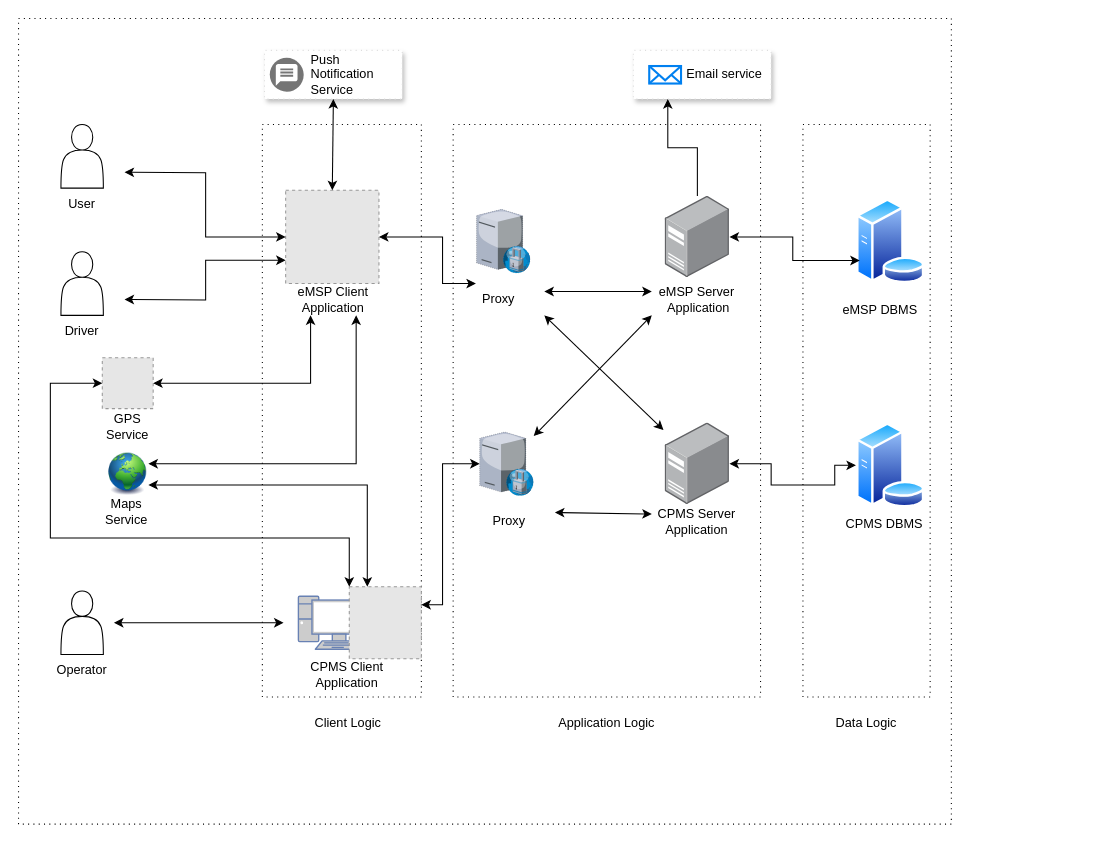
The draw.io diagram DD/system architecture.drawio in claudioeutizi/eMall_RASD-DD, before the edit. Source tidied: cells renumbered, new cells numbered last; positions are measured from the earlier drawing's top-left corner, leaving out a move shared by most shapes. Both pictures are drawn from the tidied source at 106%, with x=0, y=0 at pixel (18, 18). Pictures stored in the file or linked from it are replaced by grey dashed boxes.
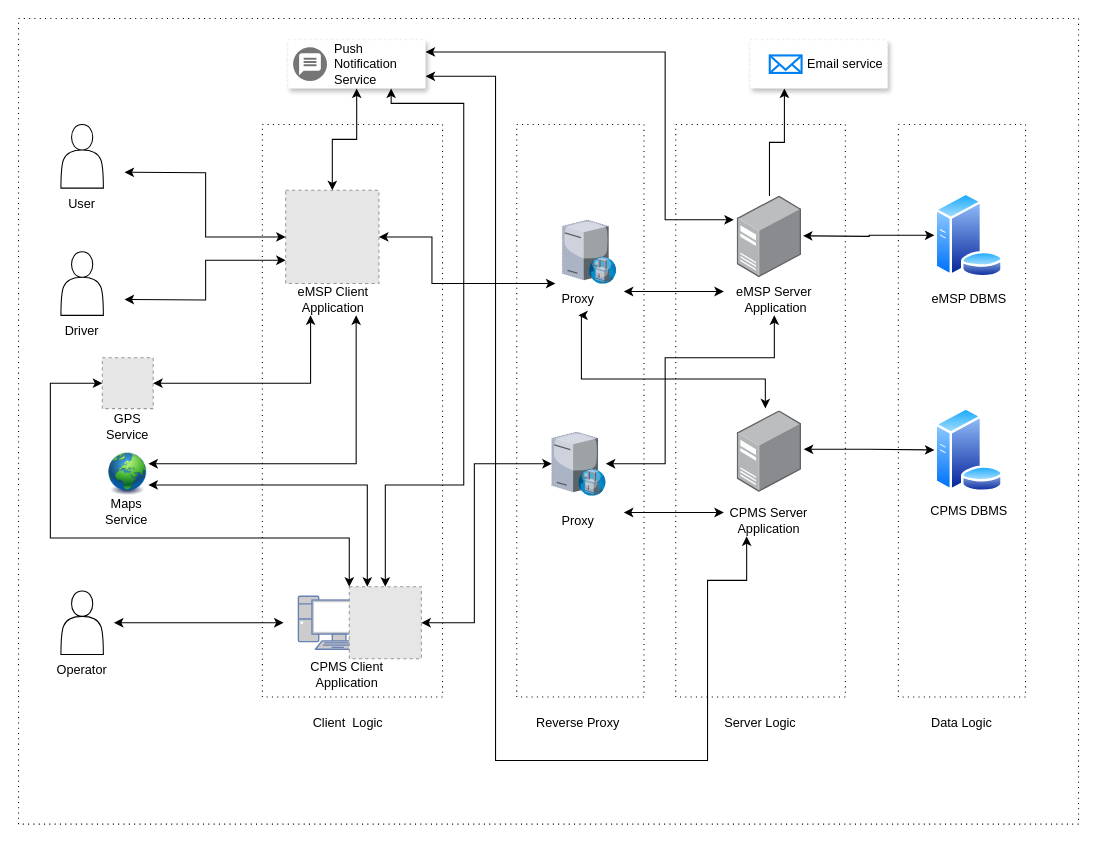
The same diagram, later.

Unchanged cells that the change refers to:
```xml
<mxCell id="10" style="fillColor=#E6E6E6;strokeColor=#999999;dashed=1;html=1;verticalAlign=top;verticalLabelPosition=bottom;labelBackgroundColor=#ffffff;" parent="1" vertex="1">
  <mxGeometry x="252" y="162" width="88" height="88" as="geometry" />
</mxCell>
<mxCell id="12" style="fillColor=#E6E6E6;strokeColor=#999999;dashed=1;html=1;verticalAlign=top;verticalLabelPosition=bottom;labelBackgroundColor=#ffffff;" parent="1" vertex="1">
  <mxGeometry x="312" y="536" width="68" height="68" as="geometry" />
</mxCell>
```

Change to the diagram source:
```diff
@@
     <mxCell id="2" style="rounded=0;whiteSpace=wrap;html=1;dashed=1;dashPattern=1 4;" parent="1" vertex="1">
-      <mxGeometry width="880" height="760" as="geometry" />
+      <mxGeometry width="1000" height="760" as="geometry" />
     </mxCell>
+    <mxCell id="58" style="rounded=0;whiteSpace=wrap;html=1;dashed=1;dashPattern=1 4;" parent="1" vertex="1">
+      <mxGeometry x="470" y="100" width="120" height="540" as="geometry" />
+    </mxCell>
     <mxCell id="3" style="rounded=0;whiteSpace=wrap;html=1;dashed=1;dashPattern=1 4;" parent="1" vertex="1">
-      <mxGeometry x="230" y="100" width="150" height="540" as="geometry" />
+      <mxGeometry x="230" y="100" width="170" height="540" as="geometry" />
     </mxCell>
@@
     <mxCell id="19" style="rounded=0;whiteSpace=wrap;html=1;dashed=1;dashPattern=1 4;" parent="1" vertex="1">
-      <mxGeometry x="410" y="100" width="290" height="540" as="geometry" />
+      <mxGeometry x="620" y="100" width="160" height="540" as="geometry" />
     </mxCell>
     <mxCell id="20" style="rounded=0;whiteSpace=wrap;html=1;dashed=1;dashPattern=1 4;" parent="1" vertex="1">
-      <mxGeometry x="740" y="100" width="120" height="540" as="geometry" />
+      <mxGeometry x="830" y="100" width="120" height="540" as="geometry" />
     </mxCell>
-    <mxCell id="21" value="Client Logic" style="text;html=1;strokeColor=none;fillColor=none;align=center;verticalAlign=middle;whiteSpace=wrap;rounded=0;" parent="1" vertex="1">
+    <mxCell id="21" value="Client&amp;nbsp; Logic" style="text;html=1;strokeColor=none;fillColor=none;align=center;verticalAlign=middle;whiteSpace=wrap;rounded=0;" parent="1" vertex="1">
       <mxGeometry x="242" y="650" width="138" height="30" as="geometry" />
     </mxCell>
-    <mxCell id="22" value="Application Logic" style="text;html=1;strokeColor=none;fillColor=none;align=center;verticalAlign=middle;whiteSpace=wrap;rounded=0;" parent="1" vertex="1">
-      <mxGeometry x="485" y="650" width="140" height="30" as="geometry" />
+    <mxCell id="22" value="Server Logic" style="text;html=1;strokeColor=none;fillColor=none;align=center;verticalAlign=middle;whiteSpace=wrap;rounded=0;" parent="1" vertex="1">
+      <mxGeometry x="630" y="650" width="140" height="30" as="geometry" />
     </mxCell>
     <mxCell id="23" value="Data Logic" style="text;html=1;strokeColor=none;fillColor=none;align=center;verticalAlign=middle;whiteSpace=wrap;rounded=0;" parent="1" vertex="1">
-      <mxGeometry x="730" y="650" width="140" height="30" as="geometry" />
+      <mxGeometry x="820" y="650" width="140" height="30" as="geometry" />
     </mxCell>
@@
-    <mxCell id="30" style="verticalLabelPosition=bottom;sketch=0;html=1;verticalAlign=top;strokeColor=none;align=center;shape=mxgraph.citrix.proxy_server;dashed=1;dashPattern=1 4;" parent="1" vertex="1">
-      <mxGeometry x="432" y="180" width="51" height="60" as="geometry" />
-    </mxCell>
     <mxCell id="31" style="verticalLabelPosition=bottom;sketch=0;html=1;verticalAlign=top;strokeColor=none;align=center;outlineConnect=0;shape=mxgraph.citrix.proxy_server;dashed=1;dashPattern=1 4;" parent="1" vertex="1">
-      <mxGeometry x="435" y="390" width="51" height="60" as="geometry" />
+      <mxGeometry x="503" y="390" width="51" height="60" as="geometry" />
     </mxCell>
     <mxCell id="32" value="Proxy" style="text;html=1;strokeColor=none;fillColor=none;align=center;verticalAlign=middle;whiteSpace=wrap;rounded=0;" parent="1" vertex="1">
-      <mxGeometry x="410" y="250" width="86" height="30" as="geometry" />
+      <mxGeometry x="485" y="250" width="86" height="30" as="geometry" />
     </mxCell>
+    <mxCell id="30" style="verticalLabelPosition=bottom;sketch=0;html=1;verticalAlign=top;strokeColor=none;align=center;shape=mxgraph.citrix.proxy_server;dashed=1;dashPattern=1 4;" parent="1" vertex="1">
+      <mxGeometry x="513" y="190" width="51" height="60" as="geometry" />
+    </mxCell>
     <mxCell id="33" value="Proxy" style="text;html=1;strokeColor=none;fillColor=none;align=center;verticalAlign=middle;whiteSpace=wrap;rounded=0;" parent="1" vertex="1">
-      <mxGeometry x="420" y="458.5" width="86" height="30" as="geometry" />
+      <mxGeometry x="485" y="458.5" width="86" height="30" as="geometry" />
     </mxCell>
@@
     <mxCell id="35" style="points=[];html=1;align=center;shadow=0;dashed=0;image;image=img/lib/allied_telesis/computer_and_terminals/Server_Desktop.svg;dashPattern=1 4;" parent="1" vertex="1">
-      <mxGeometry x="610" y="167.5" width="60.7" height="77" as="geometry" />
+      <mxGeometry x="678" y="167.5" width="60.7" height="77" as="geometry" />
     </mxCell>
     <mxCell id="36" style="points=[];html=1;align=center;shadow=0;dashed=0;image;image=img/lib/allied_telesis/computer_and_terminals/Server_Desktop.svg;dashPattern=1 4;" parent="1" vertex="1">
-      <mxGeometry x="610" y="381.5" width="60.7" height="77" as="geometry" />
+      <mxGeometry x="678" y="370" width="60.7" height="77" as="geometry" />
     </mxCell>
     <mxCell id="37" value="eMSP Server&lt;br&gt;&amp;nbsp;Application" style="text;html=1;strokeColor=none;fillColor=none;align=center;verticalAlign=middle;whiteSpace=wrap;rounded=0;" parent="1" vertex="1">
-      <mxGeometry x="597.4" y="250" width="86" height="30" as="geometry" />
+      <mxGeometry x="670" y="250" width="86" height="30" as="geometry" />
     </mxCell>
     <mxCell id="38" value="CPMS Server Application" style="text;html=1;strokeColor=none;fillColor=none;align=center;verticalAlign=middle;whiteSpace=wrap;rounded=0;" parent="1" vertex="1">
-      <mxGeometry x="597.4" y="460" width="86" height="30" as="geometry" />
+      <mxGeometry x="665.4" y="458.5" width="86" height="30" as="geometry" />
     </mxCell>
@@
-    <mxCell id="40" style="endArrow=classic;startArrow=classic;html=1;rounded=0;exitX=1;exitY=0.25;exitDx=0;exitDy=0;entryX=0;entryY=0.25;entryDx=0;entryDy=0;edgeStyle=orthogonalEdgeStyle;" parent="1" edge="1" source="32" target="37">
+    <mxCell id="40" style="endArrow=classic;startArrow=classic;html=1;rounded=0;exitX=1;exitY=0.25;exitDx=0;exitDy=0;entryX=0;entryY=0.25;entryDx=0;entryDy=0;edgeStyle=orthogonalEdgeStyle;" parent="1" edge="1" source="32">
       <mxGeometry relative="1" as="geometry">
+        <mxPoint x="665.4" y="257.5" as="targetPoint" />
         <Array as="points">
-          <mxPoint x="540" y="258" />
-          <mxPoint x="540" y="258" />
+          <mxPoint x="608" y="258" />
+          <mxPoint x="608" y="258" />
         </Array>
       </mxGeometry>
     </mxCell>
@@
-    <mxCell id="42" style="endArrow=classic;startArrow=classic;html=1;rounded=0;entryX=-0.026;entryY=0.087;entryDx=0;entryDy=0;entryPerimeter=0;exitX=1;exitY=1;exitDx=0;exitDy=0;" parent="1" edge="1" source="32" target="36">
-      <mxGeometry relative="1" as="geometry" />
+    <mxCell id="42" style="endArrow=classic;startArrow=classic;html=1;rounded=0;entryX=0.437;entryY=-0.029;entryDx=0;entryDy=0;entryPerimeter=0;exitX=0.5;exitY=1;exitDx=0;exitDy=0;edgeStyle=orthogonalEdgeStyle;" parent="1" edge="1" source="32" target="36">
+      <mxGeometry relative="1" as="geometry">
+        <Array as="points">
+          <mxPoint x="531" y="340" />
+          <mxPoint x="705" y="340" />
+        </Array>
+      </mxGeometry>
     </mxCell>
-    <mxCell id="43" style="endArrow=classic;startArrow=classic;html=1;rounded=0;exitX=0;exitY=1;exitDx=0;exitDy=0;" parent="1" edge="1" source="37" target="31">
-      <mxGeometry relative="1" as="geometry" />
+    <mxCell id="43" style="endArrow=classic;startArrow=classic;html=1;rounded=0;exitX=0.5;exitY=1;exitDx=0;exitDy=0;edgeStyle=orthogonalEdgeStyle;" parent="1" edge="1" source="37" target="31">
+      <mxGeometry relative="1" as="geometry">
+        <Array as="points">
+          <mxPoint x="713" y="320" />
+          <mxPoint x="610" y="320" />
+          <mxPoint x="610" y="420" />
+        </Array>
+      </mxGeometry>
     </mxCell>
     <mxCell id="44" style="perimeter=ellipsePerimeter;html=1;align=center;shadow=0;dashed=0;spacingTop=3;image;image=img/lib/active_directory/database_server.svg;dashPattern=1 4;" parent="1" vertex="1">
-      <mxGeometry x="790" y="170" width="65.6" height="80" as="geometry" />
+      <mxGeometry x="864" y="164.5" width="65.6" height="80" as="geometry" />
     </mxCell>
     <mxCell id="45" style="perimeter=ellipsePerimeter;html=1;align=center;shadow=0;dashed=0;spacingTop=3;image;image=img/lib/active_directory/database_server.svg;dashPattern=1 4;" parent="1" vertex="1">
-      <mxGeometry x="790" y="381.5" width="65.6" height="80" as="geometry" />
+      <mxGeometry x="864" y="367" width="65.6" height="80" as="geometry" />
     </mxCell>
     <mxCell id="46" value="eMSP DBMS" style="text;html=1;strokeColor=none;fillColor=none;align=center;verticalAlign=middle;whiteSpace=wrap;rounded=0;" parent="1" vertex="1">
-      <mxGeometry x="769.6" y="260" width="86" height="30" as="geometry" />
+      <mxGeometry x="853.8" y="250" width="86" height="30" as="geometry" />
     </mxCell>
     <mxCell id="47" value="CPMS DBMS" style="text;html=1;strokeColor=none;fillColor=none;align=center;verticalAlign=middle;whiteSpace=wrap;rounded=0;" parent="1" vertex="1">
-      <mxGeometry x="774" y="461.5" width="86" height="30" as="geometry" />
+      <mxGeometry x="853.8" y="450" width="86" height="30" as="geometry" />
     </mxCell>
-    <mxCell id="48" style="endArrow=classic;startArrow=classic;html=1;rounded=0;entryX=0;entryY=0.5;entryDx=0;entryDy=0;edgeStyle=orthogonalEdgeStyle;" parent="1" edge="1" source="36" target="45">
-      <mxGeometry relative="1" as="geometry">
-        <Array as="points">
-          <mxPoint x="710" y="420" />
-          <mxPoint x="710" y="440" />
-          <mxPoint x="770" y="440" />
-          <mxPoint x="770" y="422" />
-        </Array>
-      </mxGeometry>
-    </mxCell>
-    <mxCell id="49" style="endArrow=classic;startArrow=classic;html=1;rounded=0;entryX=0;entryY=0.75;entryDx=0;entryDy=0;edgeStyle=orthogonalEdgeStyle;" parent="1" edge="1" source="35" target="44">
-      <mxGeometry relative="1" as="geometry" />
-    </mxCell>
     <mxCell id="50" style="strokeColor=#dddddd;shadow=1;strokeWidth=1;rounded=1;absoluteArcSize=1;arcSize=2;dashed=1;dashPattern=1 4;" parent="1" vertex="1">
-      <mxGeometry x="232" y="30" width="130" height="46" as="geometry" />
+      <mxGeometry x="254" y="20" width="130" height="46" as="geometry" />
     </mxCell>
@@
-    <mxCell id="52" style="endArrow=classic;startArrow=classic;html=1;rounded=0;exitX=0.5;exitY=0;exitDx=0;exitDy=0;entryX=0.5;entryY=1;entryDx=0;entryDy=0;" parent="1" edge="1" source="10" target="50">
+    <mxCell id="52" style="endArrow=classic;startArrow=classic;html=1;rounded=0;exitX=0.5;exitY=0;exitDx=0;exitDy=0;entryX=0.5;entryY=1;entryDx=0;entryDy=0;edgeStyle=orthogonalEdgeStyle;" parent="1" edge="1" source="10" target="50">
       <mxGeometry relative="1" as="geometry" />
     </mxCell>
-    <mxCell id="53" style="endArrow=classic;startArrow=classic;html=1;rounded=0;exitX=1;exitY=0.5;exitDx=0;exitDy=0;entryX=0.25;entryY=0;entryDx=0;entryDy=0;edgeStyle=orthogonalEdgeStyle;" parent="1" edge="1" source="10" target="32">
+    <mxCell id="53" style="endArrow=classic;startArrow=classic;html=1;rounded=0;entryX=0.25;entryY=0;entryDx=0;entryDy=0;edgeStyle=orthogonalEdgeStyle;" parent="1" edge="1" source="10" target="32">
       <mxGeometry relative="1" as="geometry">
         <Array as="points">
-          <mxPoint x="400" y="206" />
-          <mxPoint x="400" y="250" />
+          <mxPoint x="390" y="206" />
+          <mxPoint x="390" y="250" />
         </Array>
       </mxGeometry>
     </mxCell>
-    <mxCell id="54" style="endArrow=classic;startArrow=classic;html=1;rounded=0;exitX=1;exitY=0.25;exitDx=0;exitDy=0;edgeStyle=orthogonalEdgeStyle;" parent="1" edge="1" source="12" target="31">
+    <mxCell id="54" style="endArrow=classic;startArrow=classic;html=1;rounded=0;edgeStyle=orthogonalEdgeStyle;" parent="1" edge="1" source="12" target="31">
       <mxGeometry relative="1" as="geometry">
         <Array as="points">
-          <mxPoint x="400" y="553" />
-          <mxPoint x="400" y="420" />
+          <mxPoint x="430" y="570" />
+          <mxPoint x="430" y="420" />
         </Array>
       </mxGeometry>
     </mxCell>
     <mxCell id="55" style="strokeColor=#dddddd;shadow=1;strokeWidth=1;rounded=1;absoluteArcSize=1;arcSize=2;dashed=1;dashPattern=1 4;" parent="1" vertex="1">
-      <mxGeometry x="580" y="30" width="130" height="46" as="geometry" />
+      <mxGeometry x="690" y="20" width="130" height="46" as="geometry" />
     </mxCell>
     <mxCell id="56" value="&amp;nbsp;Email service" style="html=1;verticalLabelPosition=middle;align=left;labelBackgroundColor=#ffffff;verticalAlign=middle;strokeWidth=2;strokeColor=#0080F0;shadow=0;dashed=0;shape=mxgraph.ios7.icons.mail;labelPosition=right;" parent="1" vertex="1">
-      <mxGeometry x="595" y="44.8" width="30" height="16.5" as="geometry" />
+      <mxGeometry x="708.7" y="34.8" width="30" height="16.5" as="geometry" />
     </mxCell>
@@
+    <mxCell id="59" style="edgeStyle=orthogonalEdgeStyle;rounded=0;orthogonalLoop=1;jettySize=auto;html=1;exitX=0.5;exitY=1;exitDx=0;exitDy=0;" parent="1" edge="1" source="38" target="38">
+      <mxGeometry relative="1" as="geometry" />
+    </mxCell>
+    <mxCell id="60" style="endArrow=classic;startArrow=classic;html=1;rounded=0;exitX=1;exitY=0.25;exitDx=0;exitDy=0;entryX=-0.053;entryY=0.29;entryDx=0;entryDy=0;entryPerimeter=0;edgeStyle=orthogonalEdgeStyle;" parent="1" edge="1" source="50" target="35">
+      <mxGeometry relative="1" as="geometry">
+        <Array as="points">
+          <mxPoint x="610" y="32" />
+          <mxPoint x="610" y="190" />
+        </Array>
+      </mxGeometry>
+    </mxCell>
+    <mxCell id="61" style="endArrow=classic;startArrow=classic;html=1;rounded=0;exitX=1;exitY=0.75;exitDx=0;exitDy=0;entryX=0.25;entryY=1;entryDx=0;entryDy=0;edgeStyle=orthogonalEdgeStyle;" parent="1" edge="1" source="50" target="38">
+      <mxGeometry relative="1" as="geometry">
+        <Array as="points">
+          <mxPoint x="450" y="55" />
+          <mxPoint x="450" y="700" />
+          <mxPoint x="650" y="700" />
+          <mxPoint x="650" y="530" />
+          <mxPoint x="687" y="530" />
+        </Array>
+      </mxGeometry>
+    </mxCell>
+    <mxCell id="62" style="endArrow=classic;startArrow=classic;html=1;rounded=0;entryX=0.75;entryY=1;entryDx=0;entryDy=0;exitX=0.5;exitY=0;exitDx=0;exitDy=0;edgeStyle=orthogonalEdgeStyle;" parent="1" edge="1" source="12" target="50">
+      <mxGeometry relative="1" as="geometry">
+        <Array as="points">
+          <mxPoint x="346" y="440" />
+          <mxPoint x="420" y="440" />
+          <mxPoint x="420" y="80" />
+          <mxPoint x="351" y="80" />
+        </Array>
+      </mxGeometry>
+    </mxCell>
+    <mxCell id="48" style="endArrow=classic;startArrow=classic;html=1;rounded=0;entryX=0;entryY=0.5;entryDx=0;entryDy=0;exitX=1.034;exitY=0.472;exitDx=0;exitDy=0;exitPerimeter=0;edgeStyle=orthogonalEdgeStyle;" parent="1" edge="1" source="36" target="45">
+      <mxGeometry relative="1" as="geometry">
+        <Array as="points">
+          <mxPoint x="802" y="407" />
+          <mxPoint x="802" y="407" />
+        </Array>
+      </mxGeometry>
+    </mxCell>
+    <mxCell id="63" style="endArrow=classic;startArrow=classic;html=1;rounded=0;entryX=0;entryY=0.5;entryDx=0;entryDy=0;edgeStyle=orthogonalEdgeStyle;" parent="1" edge="1" target="44">
+      <mxGeometry relative="1" as="geometry">
+        <mxPoint x="740" y="205" as="sourcePoint" />
+      </mxGeometry>
+    </mxCell>
+    <mxCell id="64" value="Reverse Proxy" style="text;html=1;strokeColor=none;fillColor=none;align=center;verticalAlign=middle;whiteSpace=wrap;rounded=0;" parent="1" vertex="1">
+      <mxGeometry x="458" y="650" width="140" height="30" as="geometry" />
+    </mxCell>
```
